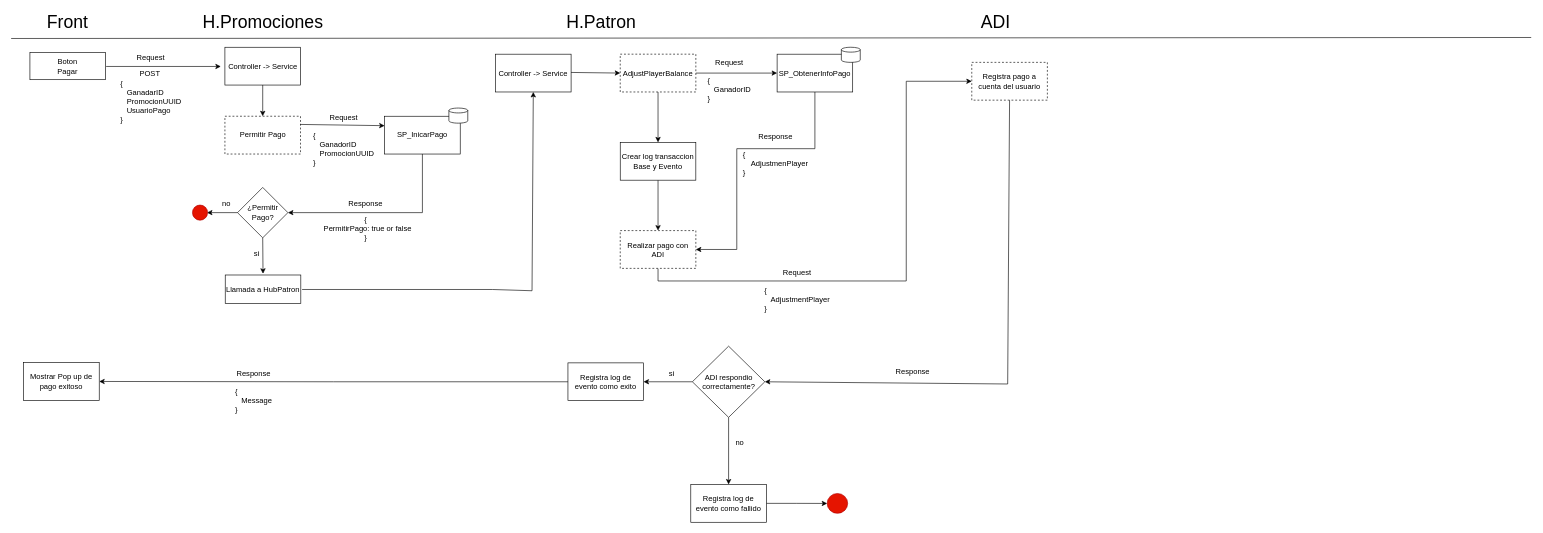
MateoR8/Modelado-de-BD---Portal-TI keeps this draw.io diagram as Diagrama sin título.drawio. Above is the earlier version. Source tidied: cells renumbered, new cells numbered last; positions are measured from the earlier drawing's top-left corner, leaving out a move shared by most shapes. Both pictures are drawn from the tidied source at 63%, with x=0, y=0 at pixel (11, 12).
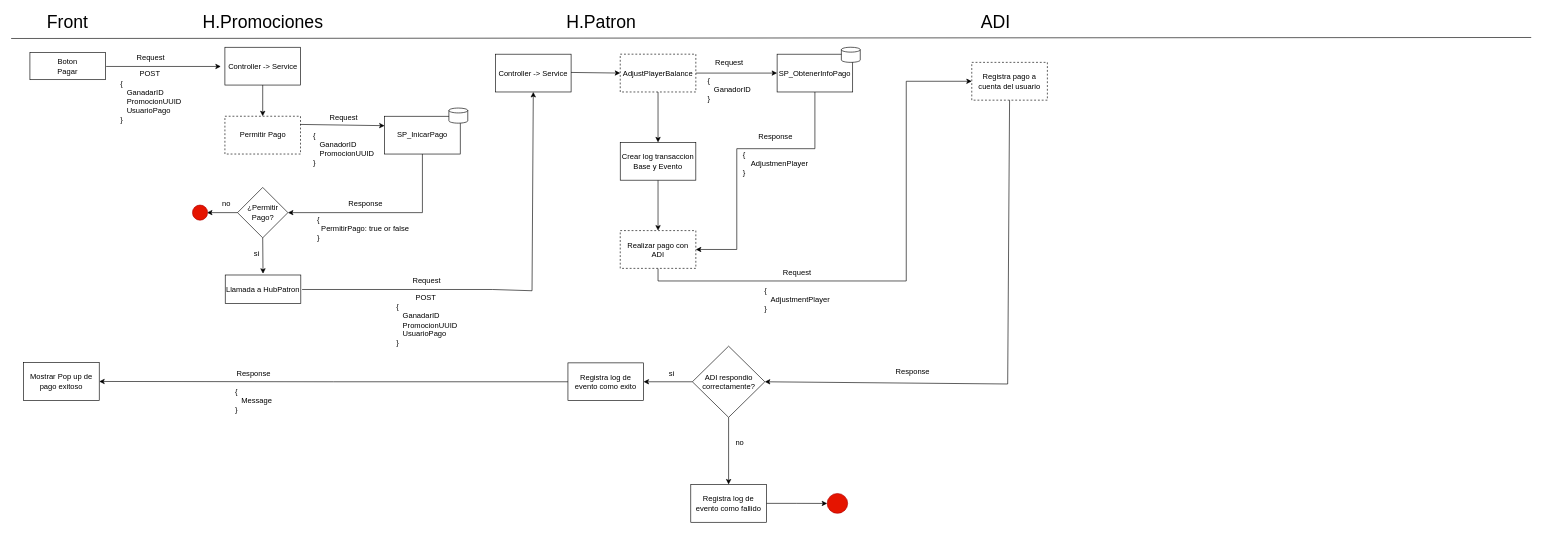
The same page after the edit.

Diff of the diagram source:
```diff
@@
-    <mxCell id="20" value="{&lt;div&gt;&amp;nbsp; PermitirPago: true or false&lt;/div&gt;&lt;div&gt;&lt;div&gt;}&lt;/div&gt;&lt;/div&gt;" style="text;html=1;whiteSpace=wrap;strokeColor=none;fillColor=none;align=center;verticalAlign=middle;rounded=0;" parent="1" vertex="1">
+    <mxCell id="20" value="{&lt;div&gt;&amp;nbsp; PermitirPago: true or false&lt;/div&gt;&lt;div&gt;&lt;div&gt;}&lt;/div&gt;&lt;/div&gt;" style="text;html=1;whiteSpace=wrap;strokeColor=none;fillColor=none;align=left;verticalAlign=middle;rounded=0;" parent="1" vertex="1">
       <mxGeometry x="484" y="328" width="158" height="30" as="geometry" />
     </mxCell>
@@
+    <mxCell id="60" value="Request" style="text;html=1;whiteSpace=wrap;strokeColor=none;fillColor=none;align=center;verticalAlign=middle;rounded=0;" parent="1" vertex="1">
+      <mxGeometry x="630" y="412" width="60" height="30" as="geometry" />
+    </mxCell>
+    <mxCell id="61" value="&lt;div style=&quot;text-align: center;&quot;&gt;&lt;span style=&quot;background-color: transparent; color: light-dark(rgb(0, 0, 0), rgb(255, 255, 255));&quot;&gt;POST&amp;nbsp;&lt;/span&gt;&lt;/div&gt;&lt;div&gt;{&lt;/div&gt;&lt;span style=&quot;background-color: transparent; color: light-dark(rgb(0, 0, 0), rgb(255, 255, 255));&quot;&gt;&amp;nbsp; &amp;nbsp;GanadarID&lt;/span&gt;&lt;br&gt;&lt;span style=&quot;background-color: transparent; color: light-dark(rgb(0, 0, 0), rgb(255, 255, 255));&quot;&gt;&amp;nbsp; &amp;nbsp;PromocionUUID&lt;/span&gt;&lt;br&gt;&lt;div&gt;&amp;nbsp; &amp;nbsp;UsuarioPago&lt;/div&gt;&lt;div&gt;&lt;span style=&quot;background-color: transparent; color: light-dark(rgb(0, 0, 0), rgb(255, 255, 255));&quot;&gt;}&lt;/span&gt;&lt;/div&gt;" style="text;html=1;whiteSpace=wrap;strokeColor=none;fillColor=none;align=left;verticalAlign=middle;rounded=0;" parent="1" vertex="1">
+      <mxGeometry x="610" y="454" width="106" height="69" as="geometry" />
+    </mxCell>
```
